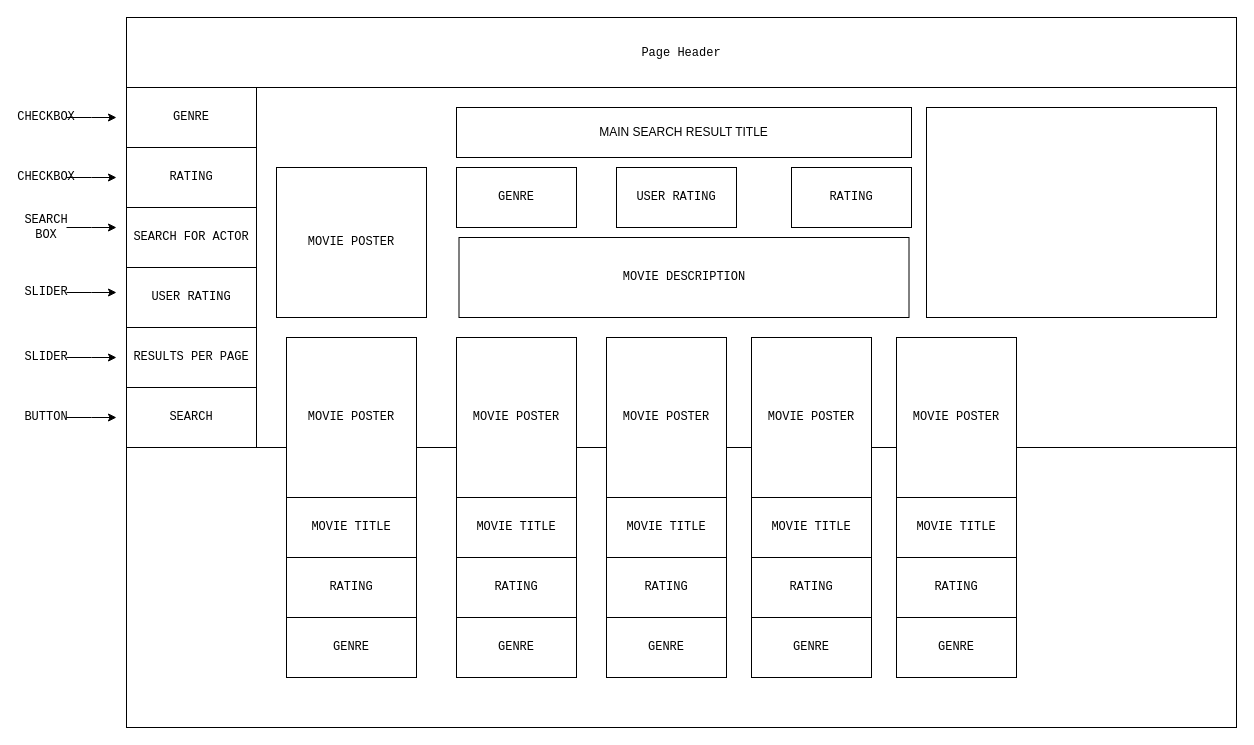
KolbyLaw/What-to-Watch keeps this draw.io diagram as Untitled Diagram.drawio. Above is the earlier version. Source tidied: cells renumbered, new cells numbered last; positions are measured from the earlier drawing's top-left corner, leaving out a move shared by most shapes. Both pictures are drawn from the tidied source at 100%, with x=0, y=0 at pixel (26, 17).
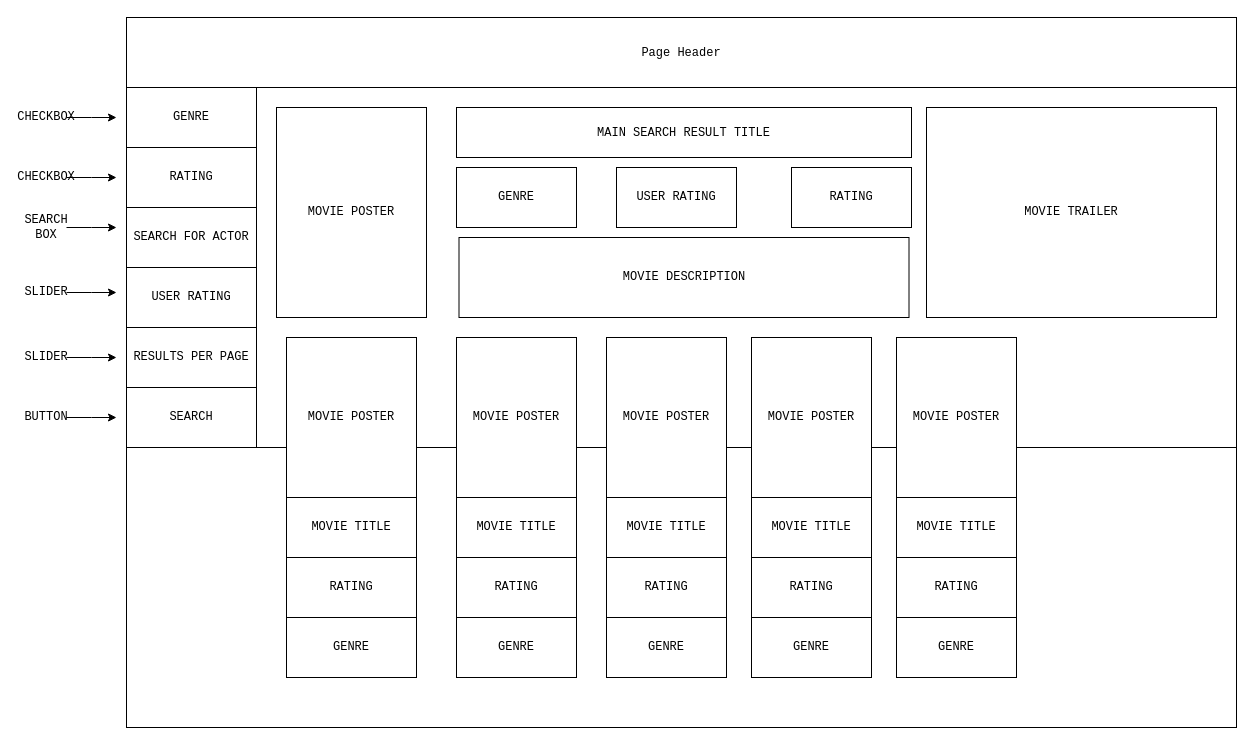
The same diagram, later.

Diff of the diagram source:
```diff
@@
-    <mxCell id="5" value="MAIN SEARCH RESULT TITLE" style="rounded=0;whiteSpace=wrap;html=1;" parent="1" vertex="1">
+    <mxCell id="5" value="&lt;font face=&quot;Courier New&quot;&gt;MAIN SEARCH RESULT TITLE&lt;/font&gt;" style="rounded=0;whiteSpace=wrap;html=1;" parent="1" vertex="1">
       <mxGeometry x="430" y="90" width="455" height="50" as="geometry" />
     </mxCell>
@@
     <mxCell id="45" value="MOVIE POSTER" style="rounded=0;whiteSpace=wrap;html=1;fontFamily=Courier New;" parent="1" vertex="1">
-      <mxGeometry x="250" y="150" width="150" height="150" as="geometry" />
+      <mxGeometry x="250" y="90" width="150" height="210" as="geometry" />
     </mxCell>
@@
-    <mxCell id="50" style="rounded=0;whiteSpace=wrap;html=1;fontFamily=Courier New;" parent="1" vertex="1">
+    <mxCell id="50" value="MOVIE TRAILER" style="rounded=0;whiteSpace=wrap;html=1;fontFamily=Courier New;" parent="1" vertex="1">
       <mxGeometry x="900" y="90" width="290" height="210" as="geometry" />
     </mxCell>
```
